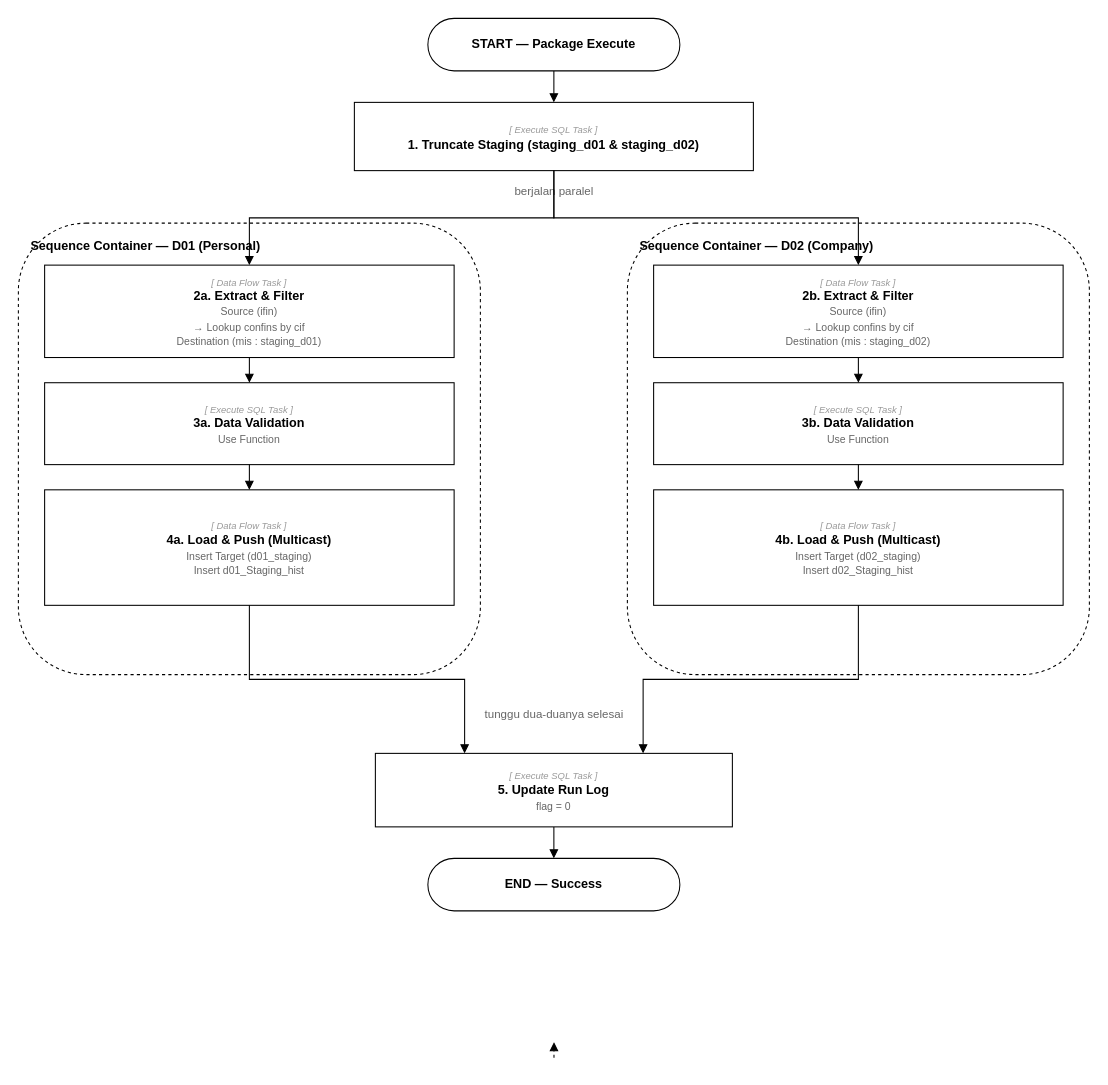
Earlier version of the draw.io diagram diagrams/slik-process-flow.drawio (mcellina/flow_process_1). Source tidied: cells renumbered, new cells numbered last; positions are measured from the earlier drawing's top-left corner, leaving out a move shared by most shapes. Both pictures are drawn from the tidied source at 105%, with x=0, y=0 at pixel (18, 18).
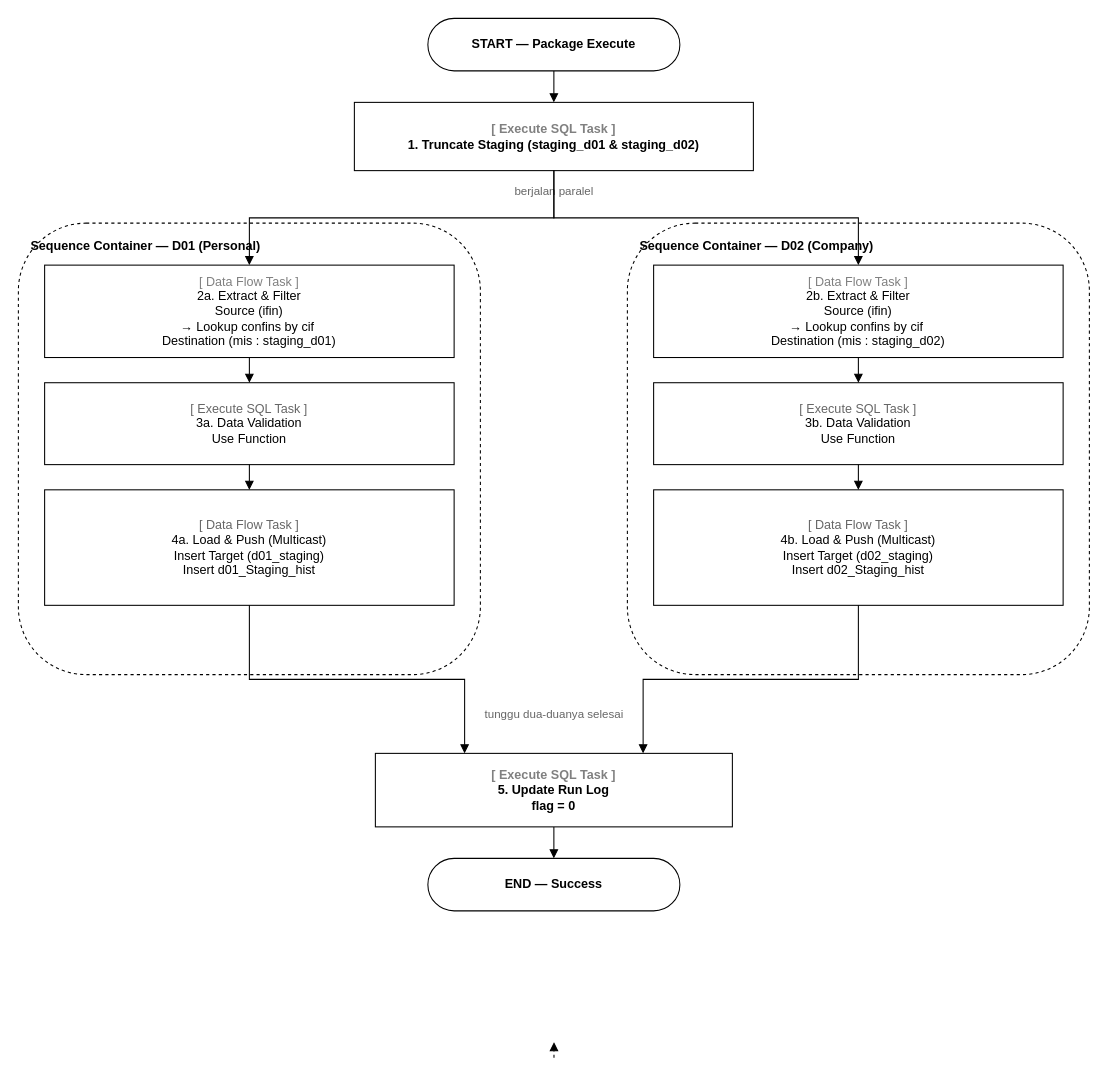
Above is the later version.

Diff of the diagram source:
```diff
@@
-    <mxCell id="3" value="&lt;font style='font-size:9px;color:#999999'&gt;&lt;i&gt;[ Execute SQL Task ]&lt;/i&gt;&lt;/font&gt;&lt;br&gt;&lt;b&gt;1. Truncate Staging (staging_d01 &amp; staging_d02)&lt;/b&gt;" style="rounded=0;whiteSpace=wrap;html=1;align=center;verticalAlign=middle;spacing=6;" parent="1" vertex="1">
+    <mxCell id="3" value="&lt;span style=&quot;color: rgb(128, 128, 128);&quot;&gt;[ Execute SQL Task ]&lt;/span&gt;&lt;br&gt;1. Truncate Staging (staging_d01 &amp;amp; staging_d02)" style="rounded=0;whiteSpace=wrap;html=1;align=center;verticalAlign=middle;fontStyle=1;spacing=6;" parent="1" vertex="1">
       <mxGeometry x="320" y="80" width="380" height="65" as="geometry" />
     </mxCell>
@@
-    <mxCell id="6" value="&lt;font style='font-size:9px;color:#999999'&gt;&lt;i&gt;[ Data Flow Task ]&lt;/i&gt;&lt;/font&gt;&lt;br&gt;&lt;b&gt;2a. Extract &amp; Filter&lt;/b&gt;&lt;br&gt;&lt;font style='font-size:10px;color:#666666'&gt;Source (ifin)&lt;/font&gt;&lt;br&gt;&lt;font style='font-size:10px;color:#666666'&gt;→ Lookup confins by cif&lt;/font&gt;&lt;br&gt;&lt;font style='font-size:10px;color:#666666'&gt;Destination (mis : staging_d01)&lt;/font&gt;" style="rounded=0;whiteSpace=wrap;html=1;align=center;verticalAlign=middle;spacing=4;" parent="1" vertex="1">
+    <mxCell id="6" value="&lt;div style=&quot;&quot;&gt;&lt;span style=&quot;background-color: transparent; color: light-dark(rgb(128, 128, 128), rgb(255, 255, 255));&quot;&gt;[ Data Flow Task ]&lt;/span&gt;&lt;/div&gt;2a. Extract &amp;amp; Filter&lt;br&gt;Source (ifin)&lt;br&gt;→ Lookup confins by cif&amp;nbsp;&lt;div&gt;Destination (mis : staging_d01)&lt;/div&gt;" style="rounded=0;whiteSpace=wrap;html=1;align=center;verticalAlign=middle;spacing=4;" parent="1" vertex="1">
       <mxGeometry x="25" y="235" width="390" height="88" as="geometry" />
     </mxCell>
-    <mxCell id="7" value="&lt;font style='font-size:9px;color:#999999'&gt;&lt;i&gt;[ Execute SQL Task ]&lt;/i&gt;&lt;/font&gt;&lt;br&gt;&lt;b&gt;3a. Data Validation&lt;/b&gt;&lt;br&gt;&lt;font style='font-size:10px;color:#666666'&gt;Use Function&lt;/font&gt;" style="rounded=0;whiteSpace=wrap;html=1;align=center;verticalAlign=middle;spacing=4;" parent="1" vertex="1">
+    <mxCell id="7" value="&lt;span style=&quot;color: rgb(102, 102, 102);&quot;&gt;[ Execute SQL Task ]&lt;/span&gt;&lt;br&gt;3a. Data Validation&lt;br&gt;Use Function" style="rounded=0;whiteSpace=wrap;html=1;align=center;verticalAlign=middle;spacing=4;" parent="1" vertex="1">
       <mxGeometry x="25" y="347" width="390" height="78" as="geometry" />
     </mxCell>
-    <mxCell id="8" value="&lt;font style='font-size:9px;color:#999999'&gt;&lt;i&gt;[ Data Flow Task ]&lt;/i&gt;&lt;/font&gt;&lt;br&gt;&lt;b&gt;4a. Load &amp; Push (Multicast)&lt;/b&gt;&lt;br&gt;&lt;font style='font-size:10px;color:#666666'&gt;Insert Target (d01_staging)&lt;/font&gt;&lt;br&gt;&lt;font style='font-size:10px;color:#666666'&gt;Insert d01_Staging_hist&lt;/font&gt;" style="rounded=0;whiteSpace=wrap;html=1;align=center;verticalAlign=middle;spacing=4;" parent="1" vertex="1">
+    <mxCell id="8" value="&lt;span style=&quot;color: rgb(102, 102, 102);&quot;&gt;[ Data Flow Task ]&lt;/span&gt;&lt;br&gt;4a. Load &amp;amp; Push (Multicast)&lt;br&gt;Insert Target (d01_staging)&lt;br&gt;Insert d01_Staging_hist" style="rounded=0;whiteSpace=wrap;html=1;align=center;verticalAlign=middle;spacing=4;" parent="1" vertex="1">
       <mxGeometry x="25" y="449" width="390" height="110" as="geometry" />
     </mxCell>
@@
-    <mxCell id="10" value="&lt;font style='font-size:9px;color:#999999'&gt;&lt;i&gt;[ Data Flow Task ]&lt;/i&gt;&lt;/font&gt;&lt;br&gt;&lt;b&gt;2b. Extract &amp; Filter&lt;/b&gt;&lt;br&gt;&lt;font style='font-size:10px;color:#666666'&gt;Source (ifin)&lt;/font&gt;&lt;br&gt;&lt;font style='font-size:10px;color:#666666'&gt;→ Lookup confins by cif&lt;/font&gt;&lt;br&gt;&lt;font style='font-size:10px;color:#666666'&gt;Destination (mis : staging_d02)&lt;/font&gt;" style="rounded=0;whiteSpace=wrap;html=1;align=center;verticalAlign=middle;spacing=4;" parent="1" vertex="1">
+    <mxCell id="10" value="&lt;span style=&quot;color: rgb(128, 128, 128);&quot;&gt;[ Data Flow Task ]&lt;br&gt;&lt;/span&gt;2b. Extract &amp;amp; Filter&lt;br&gt;Source (ifin)&lt;br&gt;→ Lookup confins by cif&amp;nbsp;&lt;div&gt;Destination (mis : staging_d02)&lt;/div&gt;" style="rounded=0;whiteSpace=wrap;html=1;align=center;verticalAlign=middle;spacing=4;" parent="1" vertex="1">
       <mxGeometry x="605" y="235" width="390" height="88" as="geometry" />
     </mxCell>
-    <mxCell id="11" value="&lt;font style='font-size:9px;color:#999999'&gt;&lt;i&gt;[ Execute SQL Task ]&lt;/i&gt;&lt;/font&gt;&lt;br&gt;&lt;b&gt;3b. Data Validation&lt;/b&gt;&lt;br&gt;&lt;font style='font-size:10px;color:#666666'&gt;Use Function&lt;/font&gt;" style="rounded=0;whiteSpace=wrap;html=1;align=center;verticalAlign=middle;spacing=4;" parent="1" vertex="1">
+    <mxCell id="11" value="&lt;span style=&quot;color: rgb(102, 102, 102);&quot;&gt;[ Execute SQL Task ]&lt;/span&gt;&lt;br&gt;3b. Data Validation&lt;br&gt;Use Function" style="rounded=0;whiteSpace=wrap;html=1;align=center;verticalAlign=middle;spacing=4;" parent="1" vertex="1">
       <mxGeometry x="605" y="347" width="390" height="78" as="geometry" />
     </mxCell>
-    <mxCell id="12" value="&lt;font style='font-size:9px;color:#999999'&gt;&lt;i&gt;[ Data Flow Task ]&lt;/i&gt;&lt;/font&gt;&lt;br&gt;&lt;b&gt;4b. Load &amp; Push (Multicast)&lt;/b&gt;&lt;br&gt;&lt;font style='font-size:10px;color:#666666'&gt;Insert Target (d02_staging)&lt;/font&gt;&lt;br&gt;&lt;font style='font-size:10px;color:#666666'&gt;Insert d02_Staging_hist&lt;/font&gt;" style="rounded=0;whiteSpace=wrap;html=1;align=center;verticalAlign=middle;spacing=4;" parent="1" vertex="1">
+    <mxCell id="12" value="&lt;span style=&quot;color: rgb(102, 102, 102);&quot;&gt;[ Data Flow Task ]&lt;/span&gt;&lt;br&gt;4b. Load &amp;amp; Push (Multicast)&lt;br&gt;Insert Target (d02_staging)&lt;div&gt;Insert d02_Staging_hist&lt;/div&gt;" style="rounded=0;whiteSpace=wrap;html=1;align=center;verticalAlign=middle;spacing=4;" parent="1" vertex="1">
       <mxGeometry x="605" y="449" width="390" height="110" as="geometry" />
     </mxCell>
@@
-    <mxCell id="14" value="&lt;font style='font-size:9px;color:#999999'&gt;&lt;i&gt;[ Execute SQL Task ]&lt;/i&gt;&lt;/font&gt;&lt;br&gt;&lt;b&gt;5. Update Run Log&lt;/b&gt;&lt;br&gt;&lt;font style='font-size:10px;color:#666666'&gt;flag = 0&lt;/font&gt;" style="rounded=0;whiteSpace=wrap;html=1;align=center;verticalAlign=middle;spacing=4;" parent="1" vertex="1">
+    <mxCell id="14" value="&lt;span style=&quot;color: rgb(128, 128, 128);&quot;&gt;[ Execute SQL Task ]&lt;/span&gt;&lt;br&gt;5. Update Run Log&lt;br&gt;flag = 0" style="rounded=0;whiteSpace=wrap;html=1;align=center;verticalAlign=middle;fontStyle=1;spacing=4;" parent="1" vertex="1">
       <mxGeometry x="340" y="700" width="340" height="70" as="geometry" />
     </mxCell>
```
